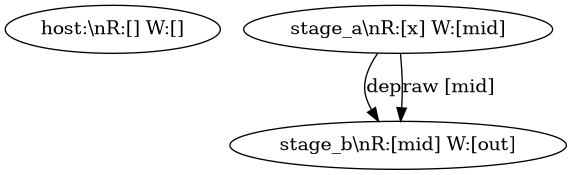
Above: out/deps_tasks.png in Servyi-Agent/pypto-symir (Graphviz), before the change. Its source is kept beside it as out/deps_tasks.dot. Source of this version:
```dot
digraph {
    0 [ label = "host:\\nR:[] W:[]" ]
    1 [ label = "stage_a\\nR:[x] W:[mid]" ]
    2 [ label = "stage_b\\nR:[mid] W:[out]" ]
    1 -> 2 [ label = "dep" ]
    1 -> 2 [ label = "raw [mid]" ]
}
```
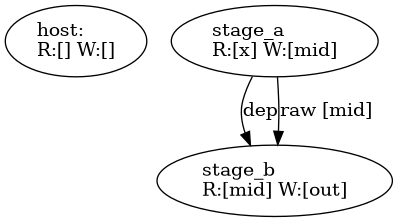
After the commit.

What changed in the source:
```diff
@@ -1,7 +1,7 @@
 digraph {
-    0 [ label = "host:\\nR:[] W:[]" ]
-    1 [ label = "stage_a\\nR:[x] W:[mid]" ]
-    2 [ label = "stage_b\\nR:[mid] W:[out]" ]
+    0 [ label = "host:\lR:[] W:[]" ]
+    1 [ label = "stage_a\lR:[x] W:[mid]" ]
+    2 [ label = "stage_b\lR:[mid] W:[out]" ]
     1 -> 2 [ label = "dep" ]
     1 -> 2 [ label = "raw [mid]" ]
 }
```
